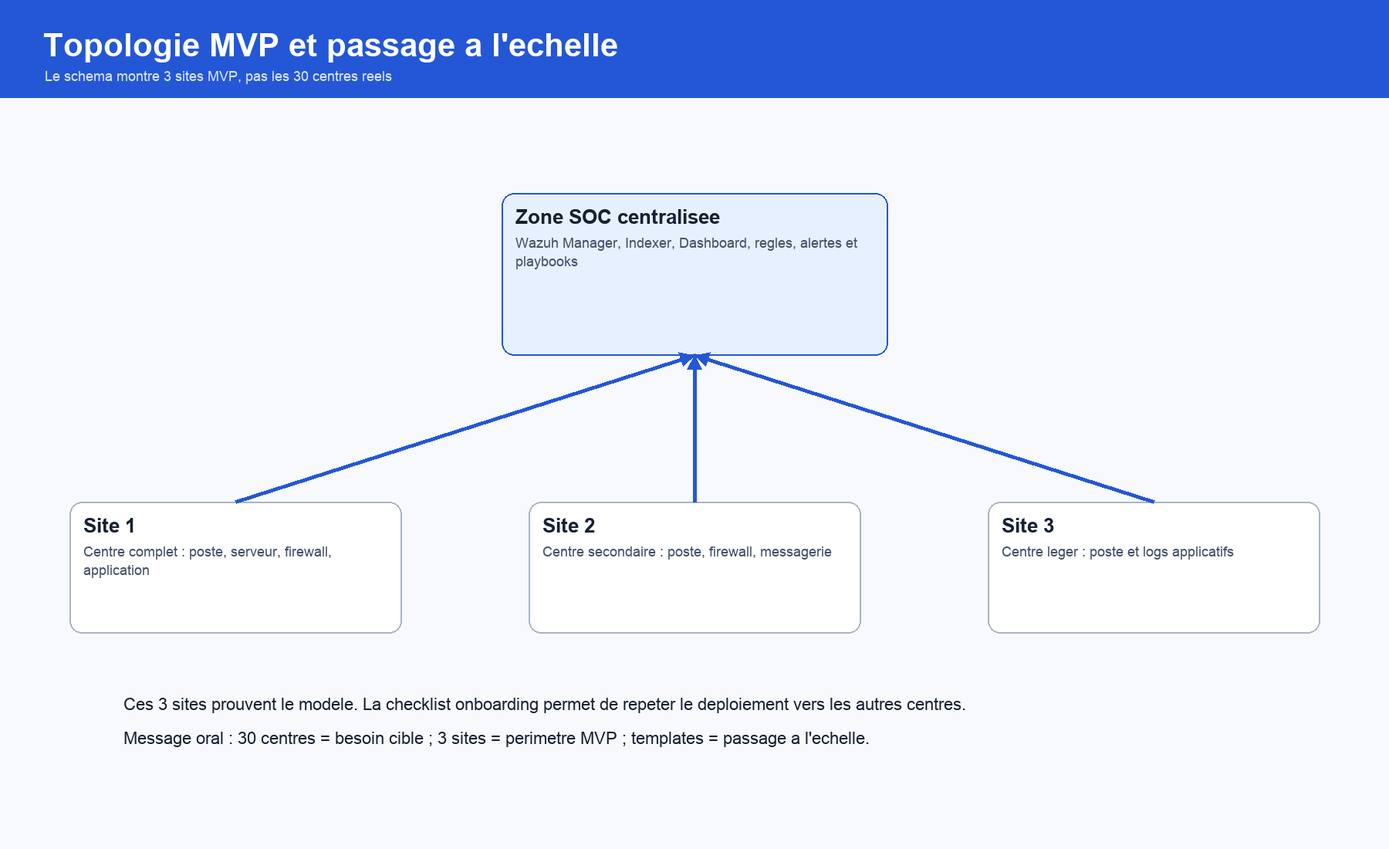
The Mermaid diagram livrables/yvan/diagrams/topologie_sites_mvp.png in ivanfocsa/projet_cs_m2_livrables, before a commit. Its source is kept beside it as étape 1/diagrams/topologie_sites_mvp.mmd.
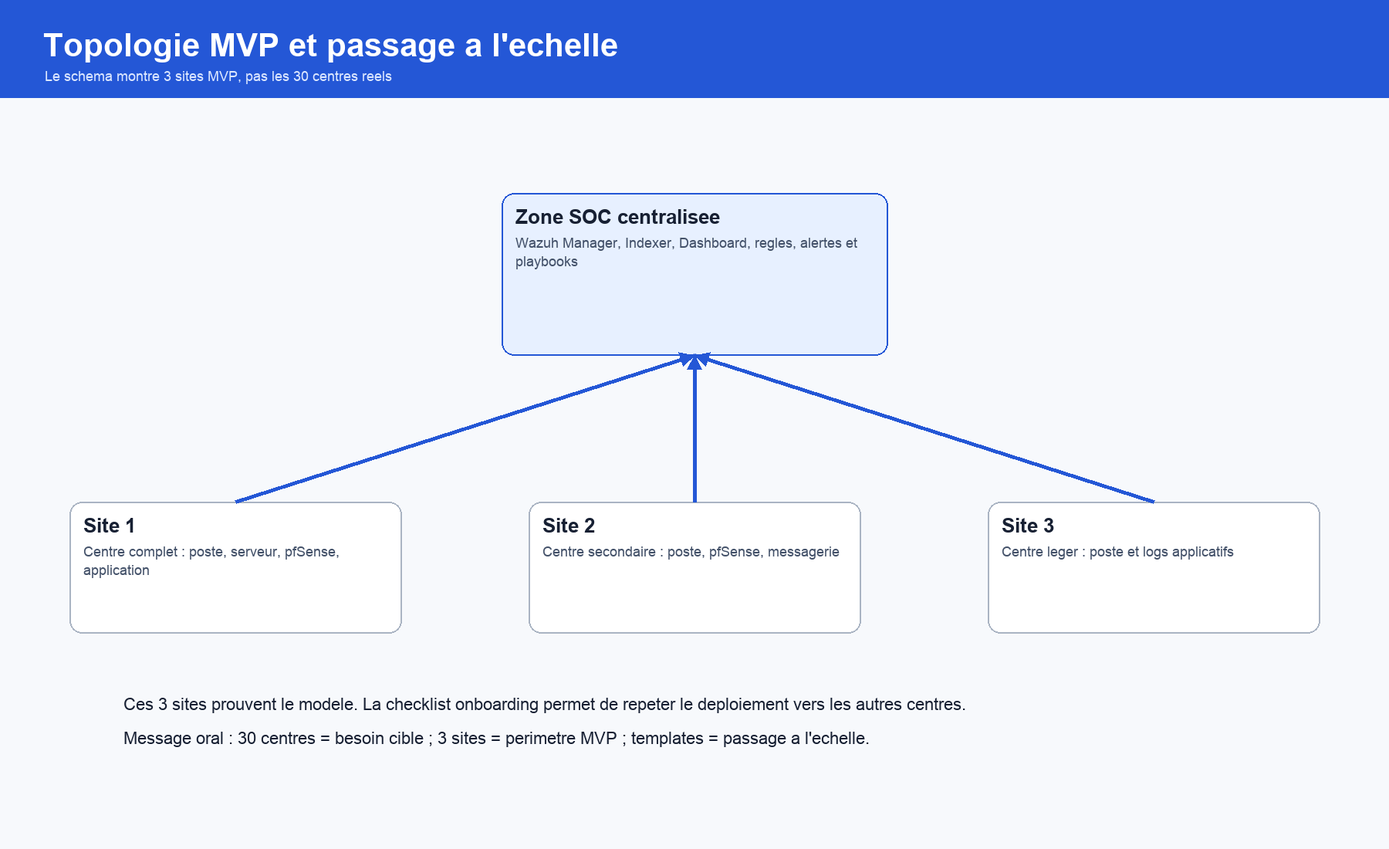
After the change.

Change to the diagram source:
```diff
@@ -10,14 +10,14 @@
     end
 
     subgraph S1["Site 1 - Centre principal"]
-        S1FW["FW-S1<br/>Firewall / routeur"]:::vm
+        S1FW["FW-S01<br/>pfSense CE"]:::vm
         S1PC["PC-S1<br/>Poste audioprothesiste"]:::vm
         S1SRV["SRV-S1<br/>Serveur fichiers / AD simule"]:::vm
         S1APP["APP-S1<br/>CRM/RDV/dossiers patients simules"]:::vm
     end
 
     subgraph S2["Site 2 - Centre secondaire"]
-        S2FW["FW-S2<br/>Firewall / routeur"]:::vm
+        S2FW["FW-S02<br/>pfSense CE"]:::vm
         S2PC["PC-S2<br/>Poste utilisateur"]:::vm
         S2MAIL["MAIL-S2<br/>Messagerie simulee"]:::vm
     end
```
